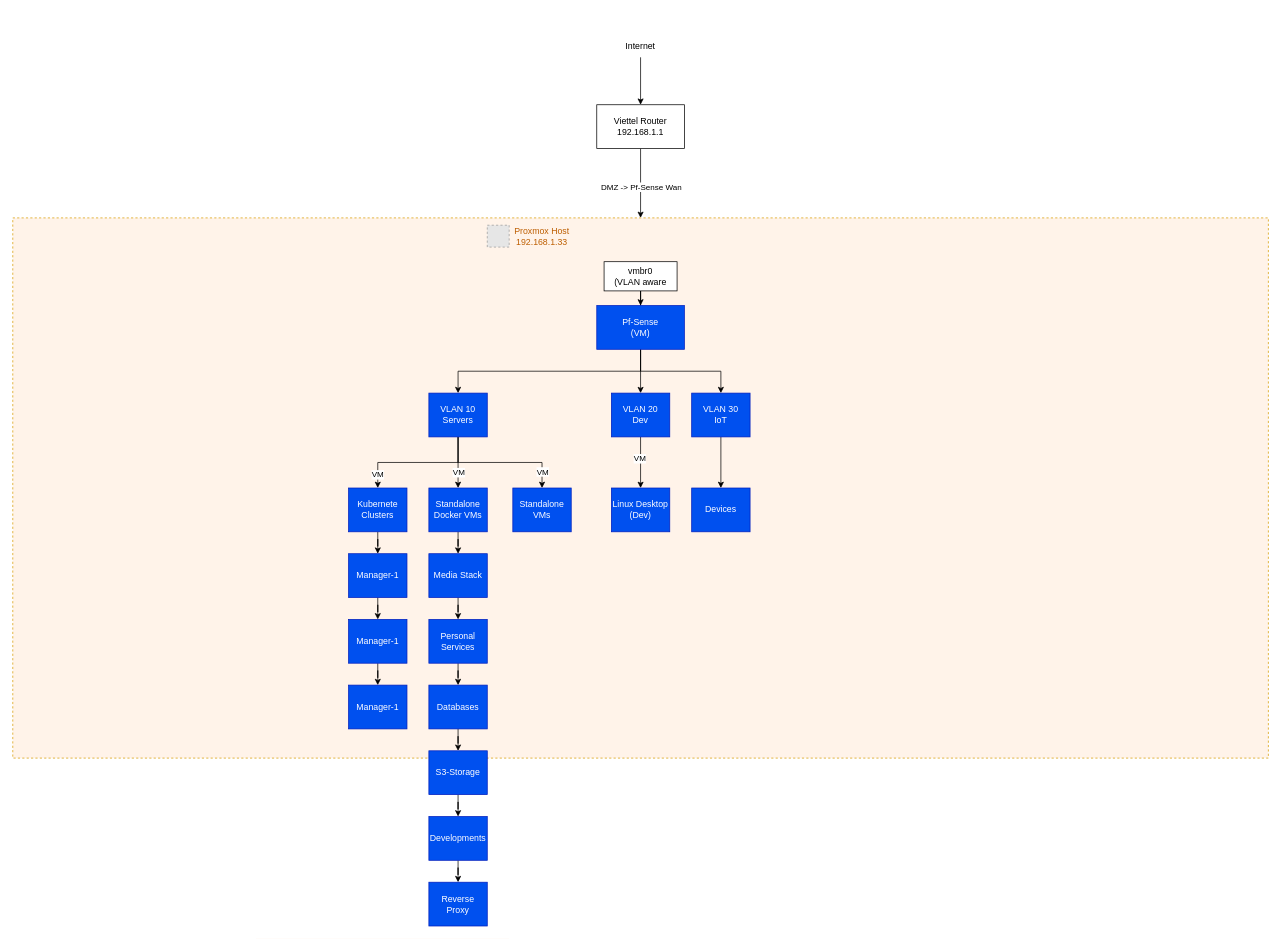
This is docs/draw-io/HomeLab-Infra.drawio from fleeforezz/Homelab-edge, a draw.io file, before an edit. Source tidied: cells renumbered, new cells numbered last; positions are measured from the earlier drawing's top-left corner, leaving out a move shared by most shapes. Both pictures are drawn from the tidied source at 73%, with x=0, y=0 at pixel (12, 35). Pictures stored in the file or linked from it are replaced by grey dashed boxes.
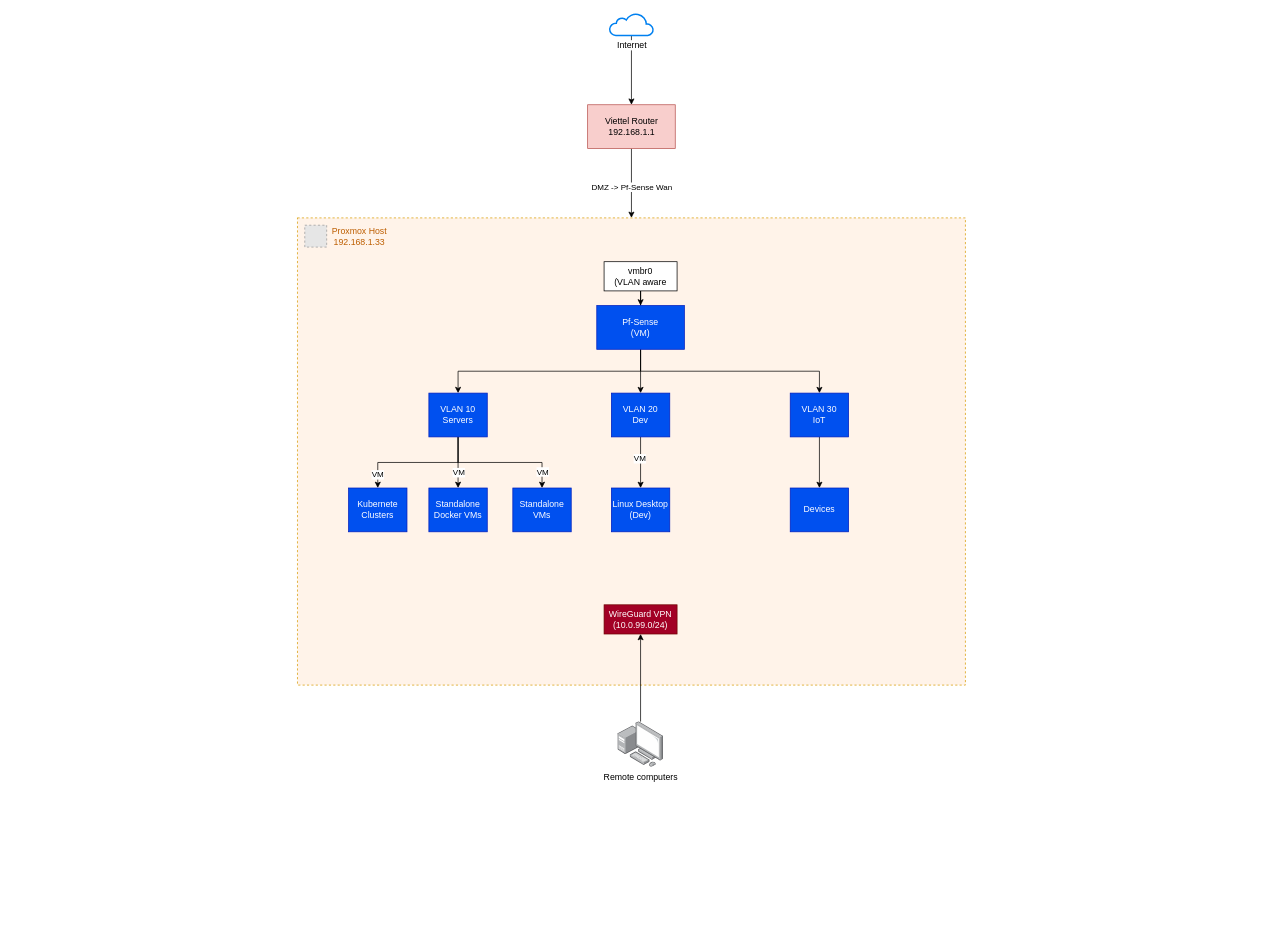
The same page after the edit.

The change refers to these unchanged cells:
```xml
<mxCell id="29" value="Kubernete Clusters" style="whiteSpace=wrap;html=1;fillColor=#0050ef;strokeColor=#001DBC;fontColor=#ffffff;rounded=0;" parent="1" vertex="1">
  <mxGeometry x="460" y="620" width="80" height="60" as="geometry" />
</mxCell>
<mxCell id="31" value="Standalone Docker VMs" style="whiteSpace=wrap;html=1;fillColor=#0050ef;strokeColor=#001DBC;fontColor=#ffffff;rounded=0;" parent="1" vertex="1">
  <mxGeometry x="570" y="620" width="80" height="60" as="geometry" />
</mxCell>
```

The edit, as a diff of the source:
```diff
@@
-    <mxCell id="3" value="Internet" style="text;html=1;whiteSpace=wrap;strokeColor=none;fillColor=none;align=center;verticalAlign=middle;rounded=0;" parent="1" vertex="1">
-      <mxGeometry x="830" width="60" height="30" as="geometry" />
-    </mxCell>
@@
-    <mxCell id="6" value="Viettel Router&lt;div&gt;192.168.1.1&lt;/div&gt;" style="whiteSpace=wrap;html=1;" parent="1" vertex="1">
-      <mxGeometry x="800" y="95" width="120" height="60" as="geometry" />
+    <mxCell id="6" value="Viettel Router&lt;div&gt;192.168.1.1&lt;/div&gt;" style="whiteSpace=wrap;html=1;fillColor=#f8cecc;strokeColor=#b85450;" parent="1" vertex="1">
+      <mxGeometry x="787.5" y="95" width="120" height="60" as="geometry" />
     </mxCell>
     <mxCell id="7" style="whiteSpace=wrap;html=1;fillColor=#FFF3E9;strokeColor=#d79b00;gradientColor=none;dashed=1;" parent="1" vertex="1">
-      <mxGeometry y="250" width="1720" height="740" as="geometry" />
+      <mxGeometry x="390" y="250" width="915" height="640" as="geometry" />
     </mxCell>
-    <mxCell id="8" value="Proxmox Host&lt;div&gt;192.168.1.33&lt;/div&gt;" style="text;html=1;whiteSpace=wrap;strokeColor=none;fillColor=none;align=center;verticalAlign=middle;rounded=0;fontColor=light-dark(#BD5E00,#CE6100);" parent="1" vertex="1">
-      <mxGeometry x="680" y="260" width="90" height="30" as="geometry" />
-    </mxCell>
@@
     <mxCell id="26" value="VLAN 30&lt;div&gt;IoT&lt;/div&gt;" style="whiteSpace=wrap;html=1;fillColor=#0050ef;strokeColor=#001DBC;fontColor=#ffffff;rounded=0;" parent="1" vertex="1">
-      <mxGeometry x="930" y="490" width="80" height="60" as="geometry" />
+      <mxGeometry x="1065" y="490" width="80" height="60" as="geometry" />
     </mxCell>
-    <mxCell id="27" style="fillColor=#E6E6E6;strokeColor=#999999;dashed=1;verticalLabelPosition=bottom;labelBackgroundColor=default;verticalAlign=top;" parent="1" vertex="1">
-      <mxGeometry x="650" y="260" width="30" height="30" as="geometry" />
-    </mxCell>
-    <mxCell id="28" style="edgeStyle=orthogonalEdgeStyle;rounded=0;jettySize=auto;html=1;" parent="1" edge="1" source="29" target="47">
-      <mxGeometry relative="1" as="geometry" />
-    </mxCell>
@@
-    <mxCell id="30" style="edgeStyle=orthogonalEdgeStyle;rounded=0;jettySize=auto;html=1;" parent="1" edge="1" source="31" target="36">
-      <mxGeometry relative="1" as="geometry" />
-    </mxCell>
@@
     <mxCell id="34" value="Devices" style="whiteSpace=wrap;html=1;fillColor=#0050ef;strokeColor=#001DBC;fontColor=#ffffff;rounded=0;" parent="1" vertex="1">
-      <mxGeometry x="930" y="620" width="80" height="60" as="geometry" />
+      <mxGeometry x="1065" y="620" width="80" height="60" as="geometry" />
     </mxCell>
-    <mxCell id="35" style="edgeStyle=orthogonalEdgeStyle;rounded=0;jettySize=auto;html=1;" parent="1" edge="1" source="36" target="40">
-      <mxGeometry relative="1" as="geometry" />
+    <mxCell id="35" style="edgeStyle=orthogonalEdgeStyle;rounded=0;orthogonalLoop=1;jettySize=auto;html=1;" parent="1" edge="1">
+      <mxGeometry relative="1" as="geometry">
+        <mxPoint x="597.5" y="770" as="sourcePoint" />
+      </mxGeometry>
     </mxCell>
-    <mxCell id="36" value="Media Stack" style="whiteSpace=wrap;html=1;fillColor=#0050ef;strokeColor=#001DBC;fontColor=#ffffff;rounded=0;" parent="1" vertex="1">
-      <mxGeometry x="570" y="710" width="80" height="60" as="geometry" />
-    </mxCell>
-    <mxCell id="37" style="edgeStyle=orthogonalEdgeStyle;rounded=0;jettySize=auto;html=1;" parent="1" edge="1" source="38" target="42">
-      <mxGeometry relative="1" as="geometry" />
+    <mxCell id="37" style="edgeStyle=orthogonalEdgeStyle;rounded=0;orthogonalLoop=1;jettySize=auto;html=1;" parent="1" edge="1">
+      <mxGeometry relative="1" as="geometry">
+        <mxPoint x="597.5" y="950" as="sourcePoint" />
+      </mxGeometry>
     </mxCell>
-    <mxCell id="38" value="Databases" style="whiteSpace=wrap;html=1;fillColor=#0050ef;strokeColor=#001DBC;fontColor=#ffffff;rounded=0;" parent="1" vertex="1">
-      <mxGeometry x="570" y="890" width="80" height="60" as="geometry" />
-    </mxCell>
-    <mxCell id="39" style="edgeStyle=orthogonalEdgeStyle;rounded=0;jettySize=auto;html=1;" parent="1" edge="1" source="40" target="38">
-      <mxGeometry relative="1" as="geometry" />
+    <mxCell id="39" style="edgeStyle=orthogonalEdgeStyle;rounded=0;orthogonalLoop=1;jettySize=auto;html=1;" parent="1" edge="1">
+      <mxGeometry relative="1" as="geometry">
+        <mxPoint x="597.5" y="860" as="sourcePoint" />
+      </mxGeometry>
     </mxCell>
-    <mxCell id="40" value="Personal Services" style="whiteSpace=wrap;html=1;fillColor=#0050ef;strokeColor=#001DBC;fontColor=#ffffff;rounded=0;" parent="1" vertex="1">
-      <mxGeometry x="570" y="800" width="80" height="60" as="geometry" />
-    </mxCell>
-    <mxCell id="41" style="edgeStyle=orthogonalEdgeStyle;rounded=0;jettySize=auto;html=1;" parent="1" edge="1" source="42" target="44">
-      <mxGeometry relative="1" as="geometry" />
+    <mxCell id="41" style="edgeStyle=orthogonalEdgeStyle;rounded=0;orthogonalLoop=1;jettySize=auto;html=1;" parent="1" edge="1">
+      <mxGeometry relative="1" as="geometry">
+        <mxPoint x="597.5" y="1040" as="sourcePoint" />
+      </mxGeometry>
     </mxCell>
-    <mxCell id="42" value="S3-Storage" style="whiteSpace=wrap;html=1;fillColor=#0050ef;strokeColor=#001DBC;fontColor=#ffffff;rounded=0;" parent="1" vertex="1">
-      <mxGeometry x="570" y="980" width="80" height="60" as="geometry" />
-    </mxCell>
-    <mxCell id="43" style="edgeStyle=orthogonalEdgeStyle;rounded=0;jettySize=auto;html=1;" parent="1" edge="1" source="44" target="45">
-      <mxGeometry relative="1" as="geometry" />
+    <mxCell id="43" style="edgeStyle=orthogonalEdgeStyle;rounded=0;orthogonalLoop=1;jettySize=auto;html=1;" parent="1" edge="1">
+      <mxGeometry relative="1" as="geometry">
+        <mxPoint x="597.5" y="1130" as="sourcePoint" />
+      </mxGeometry>
     </mxCell>
-    <mxCell id="44" value="Developments" style="whiteSpace=wrap;html=1;fillColor=#0050ef;strokeColor=#001DBC;fontColor=#ffffff;rounded=0;" parent="1" vertex="1">
-      <mxGeometry x="570" y="1070" width="80" height="60" as="geometry" />
-    </mxCell>
-    <mxCell id="45" value="Reverse Proxy" style="whiteSpace=wrap;html=1;fillColor=#0050ef;strokeColor=#001DBC;fontColor=#ffffff;rounded=0;" parent="1" vertex="1">
-      <mxGeometry x="570" y="1160" width="80" height="60" as="geometry" />
-    </mxCell>
-    <mxCell id="46" style="edgeStyle=orthogonalEdgeStyle;rounded=0;jettySize=auto;html=1;" parent="1" edge="1" source="47" target="49">
-      <mxGeometry relative="1" as="geometry" />
+    <mxCell id="46" style="edgeStyle=orthogonalEdgeStyle;rounded=0;orthogonalLoop=1;jettySize=auto;html=1;" parent="1" edge="1">
+      <mxGeometry relative="1" as="geometry">
+        <mxPoint x="487.5" y="770" as="sourcePoint" />
+      </mxGeometry>
     </mxCell>
-    <mxCell id="47" value="Manager-1" style="whiteSpace=wrap;html=1;fillColor=#0050ef;strokeColor=#001DBC;fontColor=#ffffff;rounded=0;" parent="1" vertex="1">
-      <mxGeometry x="460" y="710" width="80" height="60" as="geometry" />
-    </mxCell>
-    <mxCell id="48" style="edgeStyle=orthogonalEdgeStyle;rounded=0;jettySize=auto;html=1;" parent="1" edge="1" source="49" target="50">
-      <mxGeometry relative="1" as="geometry" />
+    <mxCell id="48" style="edgeStyle=orthogonalEdgeStyle;rounded=0;orthogonalLoop=1;jettySize=auto;html=1;" parent="1" edge="1">
+      <mxGeometry relative="1" as="geometry">
+        <mxPoint x="487.5" y="860" as="sourcePoint" />
+      </mxGeometry>
     </mxCell>
-    <mxCell id="49" value="Manager-1" style="whiteSpace=wrap;html=1;fillColor=#0050ef;strokeColor=#001DBC;fontColor=#ffffff;rounded=0;" parent="1" vertex="1">
-      <mxGeometry x="460" y="800" width="80" height="60" as="geometry" />
-    </mxCell>
-    <mxCell id="50" value="Manager-1" style="whiteSpace=wrap;html=1;fillColor=#0050ef;strokeColor=#001DBC;fontColor=#ffffff;rounded=0;" parent="1" vertex="1">
-      <mxGeometry x="460" y="890" width="80" height="60" as="geometry" />
-    </mxCell>
+    <mxCell id="51" style="group;" parent="1" vertex="1">
+      <mxGeometry x="400" y="260" width="120" height="30" as="geometry" />
+    </mxCell>
+    <mxCell id="8" value="Proxmox Host&lt;div&gt;192.168.1.33&lt;/div&gt;" style="text;html=1;whiteSpace=wrap;strokeColor=none;fillColor=none;align=center;verticalAlign=middle;rounded=0;fontColor=light-dark(#BD5E00,#CE6100);" parent="51" vertex="1">
+      <mxGeometry x="30" width="90" height="30" as="geometry" />
+    </mxCell>
+    <mxCell id="27" style="fillColor=#E6E6E6;strokeColor=#999999;dashed=1;verticalLabelPosition=bottom;labelBackgroundColor=default;verticalAlign=top;" parent="51" vertex="1">
+      <mxGeometry width="30" height="30" as="geometry" />
+    </mxCell>
+    <mxCell id="3" value="Internet" style="html=1;verticalLabelPosition=bottom;align=center;labelBackgroundColor=#ffffff;verticalAlign=top;strokeWidth=2;strokeColor=#0080F0;shadow=0;dashed=0;shape=mxgraph.ios7.icons.cloud;" parent="1" vertex="1">
+      <mxGeometry x="817.5" y="-30" width="60" height="30" as="geometry" />
+    </mxCell>
+    <mxCell id="52" value="WireGuard VPN&lt;div&gt;(10.0.99.0/24)&lt;/div&gt;" style="rounded=0;whiteSpace=wrap;html=1;fillColor=#a20025;fontColor=#ffffff;strokeColor=#6F0000;" parent="1" vertex="1">
+      <mxGeometry x="810" y="780" width="100" height="40" as="geometry" />
+    </mxCell>
+    <mxCell id="53" style="edgeStyle=orthogonalEdgeStyle;rounded=0;jettySize=auto;html=1;entryX=0.5;entryY=1;entryDx=0;entryDy=0;" parent="1" edge="1" source="54" target="52">
+      <mxGeometry relative="1" as="geometry" />
+    </mxCell>
+    <mxCell id="54" value="Remote computers" style="image;points=[];html=1;align=center;shadow=0;dashed=0;image=img/lib/allied_telesis/computer_and_terminals/Personal_Computer_with_Server.svg;" parent="1" vertex="1">
+      <mxGeometry x="828.8" y="940" width="62.4" height="62.4" as="geometry" />
+    </mxCell>
```
